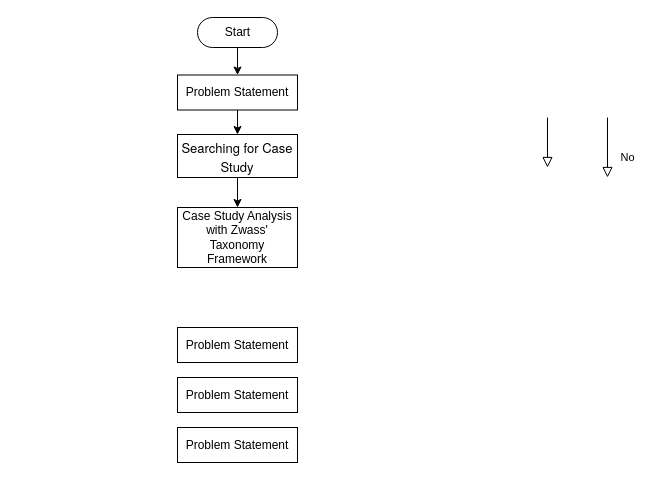
This is Untitled Diagram.drawio from ilmi24/tugas_MR20, a draw.io file, before an edit. Source tidied: cells renumbered, new cells numbered last; positions are measured from the earlier drawing's top-left corner, leaving out a move shared by most shapes. Both pictures are drawn from the tidied source at 100%, with x=0, y=0 at pixel (177, 17).
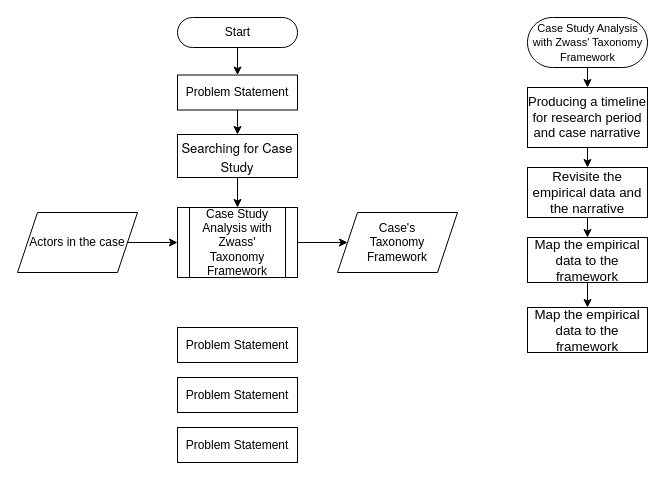
After the change.

Unchanged cells that the change refers to:
```xml
<mxCell id="9" value="&lt;p style=&quot;margin: 0px; font-stretch: normal; font-size: 13px; line-height: normal; font-family: &amp;quot;Helvetica Neue&amp;quot;;&quot;&gt;Searching for Case Study&lt;/p&gt;" style="rounded=0;whiteSpace=wrap;html=1;" parent="1" vertex="1">
  <mxGeometry y="117" width="120" height="43" as="geometry" />
</mxCell>
```

Change to the diagram source:
```diff
@@
-    <mxCell id="2" style="rounded=0;html=1;jettySize=auto;orthogonalLoop=1;fontSize=11;endArrow=block;endFill=0;endSize=8;strokeWidth=1;shadow=0;labelBackgroundColor=none;edgeStyle=orthogonalEdgeStyle;" parent="1" edge="1">
-      <mxGeometry relative="1" as="geometry">
-        <mxPoint x="370" y="100" as="sourcePoint" />
-        <mxPoint x="370" y="150" as="targetPoint" />
-      </mxGeometry>
-    </mxCell>
-    <mxCell id="3" value="No" style="rounded=0;html=1;jettySize=auto;orthogonalLoop=1;fontSize=11;endArrow=block;endFill=0;endSize=8;strokeWidth=1;shadow=0;labelBackgroundColor=none;edgeStyle=orthogonalEdgeStyle;" parent="1" edge="1">
-      <mxGeometry x="0.33" y="20" relative="1" as="geometry">
-        <mxPoint x="430" y="100" as="sourcePoint" />
-        <mxPoint x="430" y="160" as="targetPoint" />
-      </mxGeometry>
-    </mxCell>
@@
     <mxCell id="5" value="Start" style="html=1;dashed=0;whitespace=wrap;shape=mxgraph.dfd.start;" parent="1" vertex="1">
-      <mxGeometry x="20" width="80" height="30" as="geometry" />
+      <mxGeometry width="120" height="30" as="geometry" />
     </mxCell>
@@
-    <mxCell id="8" style="edgeStyle=orthogonalEdgeStyle;rounded=0;jettySize=auto;html=1;exitX=0.5;exitY=1;exitDx=0;exitDy=0;entryX=0.5;entryY=0;entryDx=0;entryDy=0;" parent="1" edge="1" source="9" target="10">
-      <mxGeometry relative="1" as="geometry" />
+    <mxCell id="8" style="edgeStyle=orthogonalEdgeStyle;rounded=0;jettySize=auto;html=1;exitX=0.5;exitY=1;exitDx=0;exitDy=0;entryX=0.5;entryY=0;entryDx=0;entryDy=0;" parent="1" edge="1" source="9">
+      <mxGeometry relative="1" as="geometry">
+        <mxPoint x="60" y="190" as="targetPoint" />
+      </mxGeometry>
     </mxCell>
@@
-    <mxCell id="10" value="Case Study Analysis with Zwass' Taxonomy Framework" style="rounded=0;whiteSpace=wrap;html=1;" parent="1" vertex="1">
-      <mxGeometry y="190" width="120" height="60" as="geometry" />
-    </mxCell>
@@
+    <mxCell id="14" style="edgeStyle=orthogonalEdgeStyle;rounded=0;jettySize=auto;html=1;" parent="1" edge="1" source="15" target="24">
+      <mxGeometry relative="1" as="geometry" />
+    </mxCell>
+    <mxCell id="15" value="Actors in the case" style="shape=parallelogram;perimeter=parallelogramPerimeter;whiteSpace=wrap;html=1;fixedSize=1;" parent="1" vertex="1">
+      <mxGeometry x="-160" y="195" width="120" height="60" as="geometry" />
+    </mxCell>
+    <mxCell id="16" value="Case's&lt;br&gt;Taxonomy Framework" style="shape=parallelogram;perimeter=parallelogramPerimeter;whiteSpace=wrap;html=1;fixedSize=1;" parent="1" vertex="1">
+      <mxGeometry x="160" y="195" width="120" height="60" as="geometry" />
+    </mxCell>
+    <mxCell id="17" style="edgeStyle=orthogonalEdgeStyle;rounded=0;jettySize=auto;html=1;exitX=0.5;exitY=1;exitDx=0;exitDy=0;entryX=0.5;entryY=0;entryDx=0;entryDy=0;fontSize=11;" parent="1" edge="1" source="18" target="20">
+      <mxGeometry relative="1" as="geometry" />
+    </mxCell>
+    <mxCell id="18" value="&lt;div style=&quot;&quot; title=&quot;Page 7&quot; class=&quot;page&quot;&gt;&lt;div class=&quot;layoutArea&quot;&gt;&lt;div class=&quot;column&quot;&gt;&lt;p&gt;&lt;font size=&quot;2&quot; face=&quot;Arial&quot;&gt;Producing a timeline for research period and case narrative&lt;/font&gt;&lt;/p&gt;&lt;/div&gt;&lt;/div&gt;&lt;/div&gt;" style="rounded=0;whiteSpace=wrap;html=1;align=center;" parent="1" vertex="1">
+      <mxGeometry x="350" y="70" width="120" height="60" as="geometry" />
+    </mxCell>
+    <mxCell id="19" style="edgeStyle=orthogonalEdgeStyle;rounded=0;jettySize=auto;html=1;exitX=0.5;exitY=1;exitDx=0;exitDy=0;entryX=0.5;entryY=0;entryDx=0;entryDy=0;fontSize=11;" parent="1" edge="1" source="20" target="22">
+      <mxGeometry relative="1" as="geometry" />
+    </mxCell>
+    <mxCell id="20" value="&lt;div style=&quot;&quot; title=&quot;Page 8&quot; class=&quot;page&quot;&gt;&lt;div class=&quot;layoutArea&quot;&gt;&lt;div class=&quot;column&quot;&gt;&lt;p&gt;&lt;span style=&quot;font-size: 10pt; font-family: Arial;&quot;&gt;Revisite the empirical data and the narrative&lt;/span&gt;&lt;/p&gt;&lt;/div&gt;&lt;/div&gt;&lt;/div&gt;" style="rounded=0;whiteSpace=wrap;html=1;align=center;" parent="1" vertex="1">
+      <mxGeometry x="350" y="150" width="120" height="50" as="geometry" />
+    </mxCell>
+    <mxCell id="21" style="edgeStyle=orthogonalEdgeStyle;rounded=0;jettySize=auto;html=1;exitX=0.5;exitY=1;exitDx=0;exitDy=0;entryX=0.5;entryY=0;entryDx=0;entryDy=0;fontSize=11;" parent="1" edge="1" source="22" target="27">
+      <mxGeometry relative="1" as="geometry" />
+    </mxCell>
+    <mxCell id="22" value="&lt;span style=&quot;font-family: Arial; font-size: 13.333333px;&quot;&gt;Map the empirical data to the framework&lt;/span&gt;" style="rounded=0;whiteSpace=wrap;html=1;" parent="1" vertex="1">
+      <mxGeometry x="350" y="220" width="120" height="45" as="geometry" />
+    </mxCell>
+    <mxCell id="23" style="edgeStyle=orthogonalEdgeStyle;rounded=0;jettySize=auto;html=1;entryX=0;entryY=0.5;entryDx=0;entryDy=0;" parent="1" edge="1" source="24" target="16">
+      <mxGeometry relative="1" as="geometry" />
+    </mxCell>
+    <mxCell id="24" value="Case Study Analysis with Zwass' Taxonomy Framework" style="shape=process;whiteSpace=wrap;html=1;backgroundOutline=1;" parent="1" vertex="1">
+      <mxGeometry y="190" width="120" height="70" as="geometry" />
+    </mxCell>
+    <mxCell id="25" style="edgeStyle=orthogonalEdgeStyle;rounded=0;jettySize=auto;html=1;exitX=0.5;exitY=0.5;exitDx=0;exitDy=25;exitPerimeter=0;entryX=0.5;entryY=0;entryDx=0;entryDy=0;fontSize=11;" parent="1" edge="1" source="26" target="18">
+      <mxGeometry relative="1" as="geometry" />
+    </mxCell>
+    <mxCell id="26" value="&lt;span style=&quot;font-size: 11px;&quot;&gt;Case Study Analysis&lt;br&gt;with Zwass' Taxonomy&lt;br&gt;Framework&lt;/span&gt;" style="html=1;dashed=0;whitespace=wrap;shape=mxgraph.dfd.start;" parent="1" vertex="1">
+      <mxGeometry x="350" width="120" height="50" as="geometry" />
+    </mxCell>
+    <mxCell id="27" value="&lt;span style=&quot;font-family: Arial; font-size: 13.333333px;&quot;&gt;Map the empirical data to the framework&lt;/span&gt;" style="rounded=0;whiteSpace=wrap;html=1;" parent="1" vertex="1">
+      <mxGeometry x="350" y="290" width="120" height="45" as="geometry" />
+    </mxCell>
```
